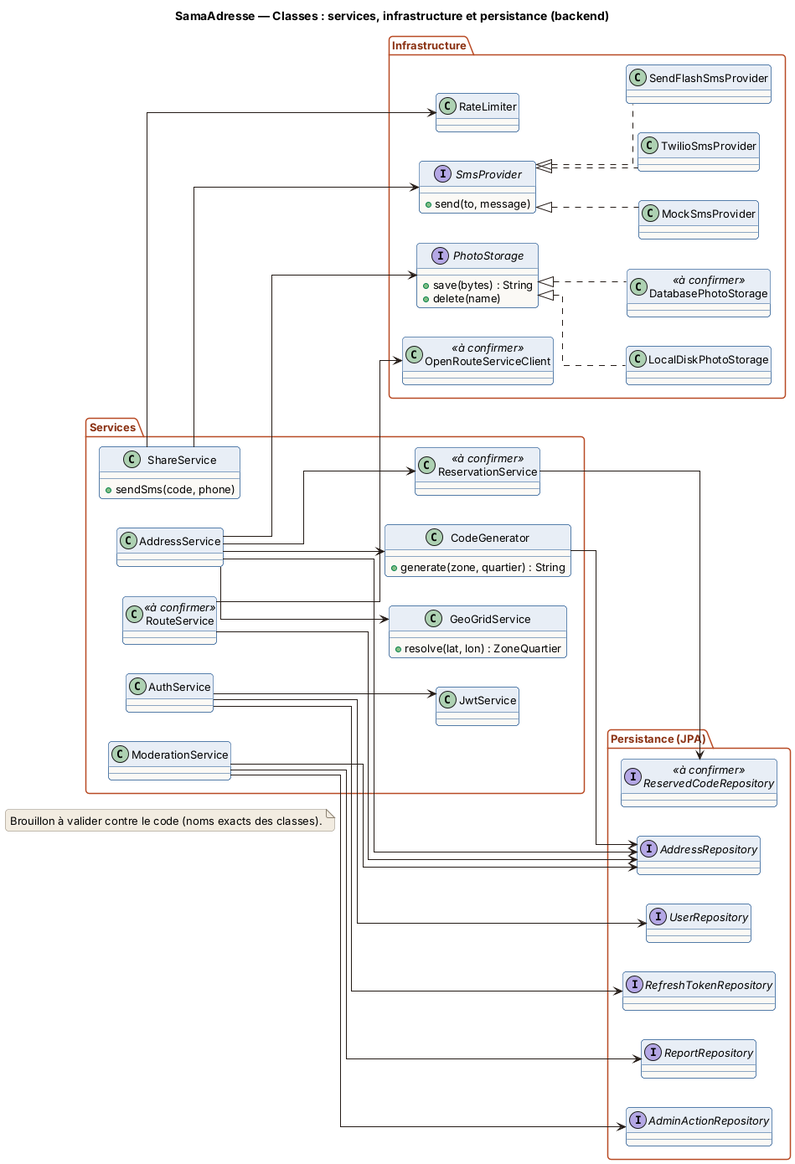
Earlier version of the PlantUML export uml-samaadresse/docs/uml/rendus/03b-classes-services-infrastructure.png (Mahou-Dev/SamaAdresse). Source of this version:
```plantuml
@startuml 03b-classes-services-infrastructure
!include _style.puml
title SamaAdresse — Classes : services, infrastructure et persistance (backend)
left to right direction
skinparam linetype ortho
note as N0
  Brouillon à valider contre le code (noms exacts des classes).
end note

package "Services" {
  class AuthService
  class JwtService
  class AddressService
  class GeoGridService {
    +resolve(lat, lon) : ZoneQuartier
  }
  class CodeGenerator {
    +generate(zone, quartier) : String
  }
  class ShareService {
    +sendSms(code, phone)
  }
  class RouteService <<à confirmer>>
  class ReservationService <<à confirmer>>
  class ModerationService
}
package "Infrastructure" {
  interface SmsProvider {
    +send(to, message)
  }
  class MockSmsProvider
  class TwilioSmsProvider
  class SendFlashSmsProvider
  interface PhotoStorage {
    +save(bytes) : String
    +delete(name)
  }
  class LocalDiskPhotoStorage
  class DatabasePhotoStorage <<à confirmer>>
  class RateLimiter
  class OpenRouteServiceClient <<à confirmer>>
}
package "Persistance (JPA)" {
  interface UserRepository
  interface AddressRepository
  interface RefreshTokenRepository
  interface ReportRepository
  interface AdminActionRepository
  interface ReservedCodeRepository <<à confirmer>>
}

AuthService --> JwtService
AuthService --> UserRepository
AuthService --> RefreshTokenRepository
AddressService --> GeoGridService
AddressService --> CodeGenerator
AddressService --> PhotoStorage
AddressService --> AddressRepository
AddressService --> ReservationService
CodeGenerator --> AddressRepository
ShareService --> SmsProvider
ShareService --> RateLimiter
RouteService --> OpenRouteServiceClient
RouteService --> AddressRepository
ReservationService --> ReservedCodeRepository
ModerationService --> ReportRepository
ModerationService --> AdminActionRepository
ModerationService --> AddressRepository

SmsProvider <|.. MockSmsProvider
SmsProvider <|.. TwilioSmsProvider
SmsProvider <|.. SendFlashSmsProvider
PhotoStorage <|.. LocalDiskPhotoStorage
PhotoStorage <|.. DatabasePhotoStorage
@enduml
```
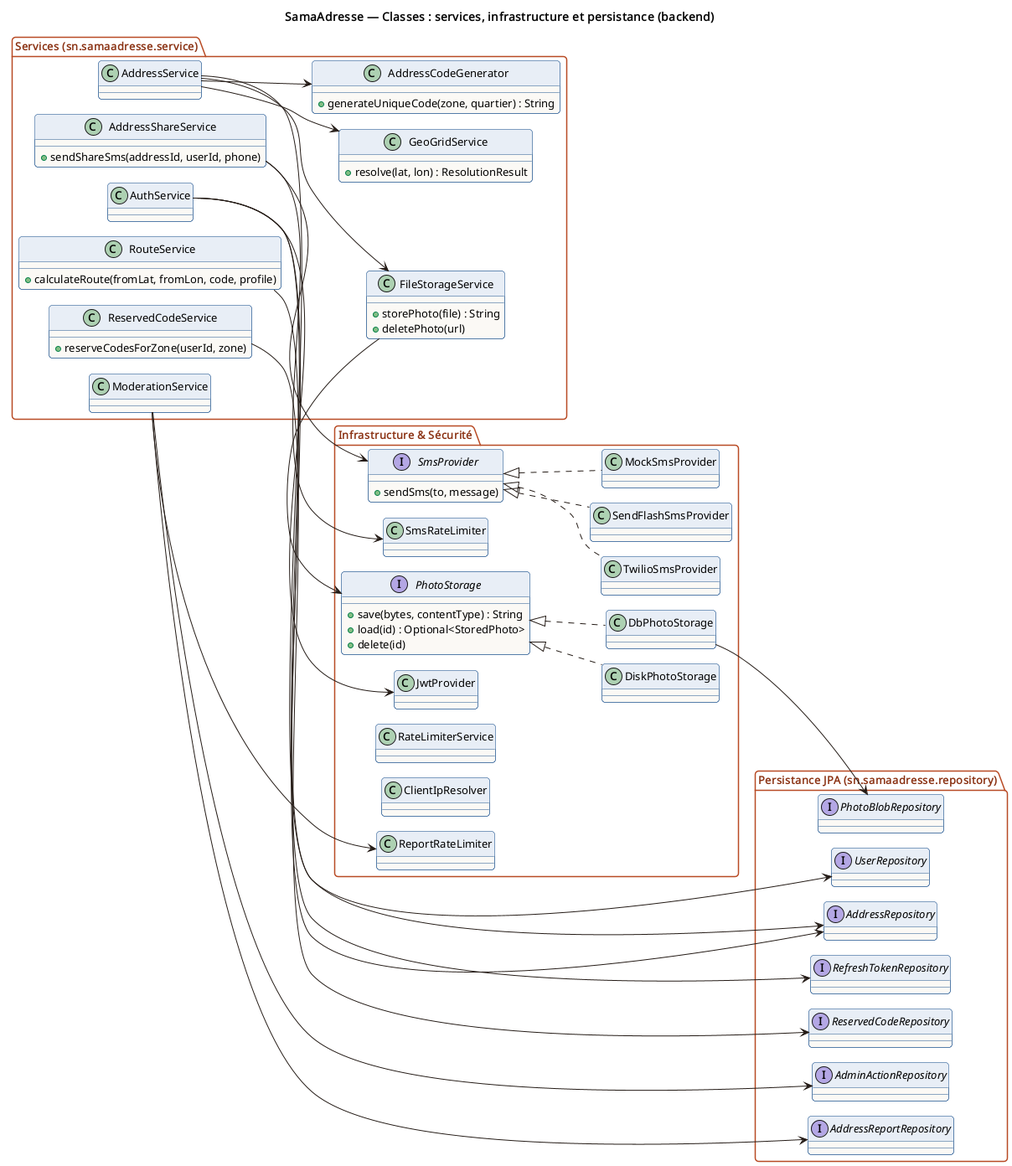
The same file after the commit.

The edit, as a diff of the source:
```diff
@@ -1,75 +1,92 @@
 @startuml 03b-classes-services-infrastructure
+!pragma layout smetana
 !include _style.puml
 title SamaAdresse — Classes : services, infrastructure et persistance (backend)
 left to right direction
-skinparam linetype ortho
-note as N0
-  Brouillon à valider contre le code (noms exacts des classes).
-end note
+set namespaceSeparator none
+skinparam nodesep 20
+skinparam ranksep 65
 
-package "Services" {
+package "Services (sn.samaadresse.service)" {
+  class AddressShareService {
+    +sendShareSms(addressId, userId, phone)
+  }
+  class FileStorageService {
+    +storePhoto(file) : String
+    +deletePhoto(url)
+  }
   class AuthService
-  class JwtService
   class AddressService
   class GeoGridService {
-    +resolve(lat, lon) : ZoneQuartier
+    +resolve(lat, lon) : ResolutionResult
   }
-  class CodeGenerator {
-    +generate(zone, quartier) : String
+  class AddressCodeGenerator {
+    +generateUniqueCode(zone, quartier) : String
   }
-  class ShareService {
-    +sendSms(code, phone)
+  class ReservedCodeService {
+    +reserveCodesForZone(userId, zone)
   }
-  class RouteService <<à confirmer>>
-  class ReservationService <<à confirmer>>
+  class RouteService {
+    +calculateRoute(fromLat, fromLon, code, profile)
+  }
   class ModerationService
 }
-package "Infrastructure" {
+
+package "Infrastructure & Sécurité" {
   interface SmsProvider {
-    +send(to, message)
+    +sendSms(to, message)
   }
   class MockSmsProvider
   class TwilioSmsProvider
   class SendFlashSmsProvider
+  class SmsRateLimiter
   interface PhotoStorage {
-    +save(bytes) : String
-    +delete(name)
+    +save(bytes, contentType) : String
+    +load(id) : Optional<StoredPhoto>
+    +delete(id)
   }
-  class LocalDiskPhotoStorage
-  class DatabasePhotoStorage <<à confirmer>>
-  class RateLimiter
-  class OpenRouteServiceClient <<à confirmer>>
-}
-package "Persistance (JPA)" {
-  interface UserRepository
-  interface AddressRepository
-  interface RefreshTokenRepository
-  interface ReportRepository
-  interface AdminActionRepository
-  interface ReservedCodeRepository <<à confirmer>>
+  class DiskPhotoStorage
+  class DbPhotoStorage
+  class JwtProvider
+  class RateLimiterService
+  class ClientIpResolver
+  class ReportRateLimiter
 }
 
-AuthService --> JwtService
-AuthService --> UserRepository
-AuthService --> RefreshTokenRepository
-AddressService --> GeoGridService
-AddressService --> CodeGenerator
-AddressService --> PhotoStorage
-AddressService --> AddressRepository
-AddressService --> ReservationService
-CodeGenerator --> AddressRepository
-ShareService --> SmsProvider
-ShareService --> RateLimiter
-RouteService --> OpenRouteServiceClient
-RouteService --> AddressRepository
-ReservationService --> ReservedCodeRepository
-ModerationService --> ReportRepository
-ModerationService --> AdminActionRepository
-ModerationService --> AddressRepository
+package "Persistance JPA (sn.samaadresse.repository)" {
+  interface PhotoBlobRepository
+  interface UserRepository
+  interface RefreshTokenRepository
+  interface AddressRepository
+  interface ReservedCodeRepository
+  interface AddressReportRepository
+  interface AdminActionRepository
+}
 
+AddressShareService --> SmsProvider
+AddressShareService --> SmsRateLimiter
 SmsProvider <|.. MockSmsProvider
 SmsProvider <|.. TwilioSmsProvider
 SmsProvider <|.. SendFlashSmsProvider
-PhotoStorage <|.. LocalDiskPhotoStorage
-PhotoStorage <|.. DatabasePhotoStorage
+
+FileStorageService --> PhotoStorage
+PhotoStorage <|.. DiskPhotoStorage
+PhotoStorage <|.. DbPhotoStorage
+DbPhotoStorage --> PhotoBlobRepository
+
+AuthService --> JwtProvider
+AuthService --> UserRepository
+AuthService --> RefreshTokenRepository
+
+AddressService --> GeoGridService
+AddressService --> AddressCodeGenerator
+AddressService --> FileStorageService
+AddressService --> AddressRepository
+
+ReservedCodeService --> ReservedCodeRepository
+RouteService --> AddressRepository
+
+ModerationService --> ReportRateLimiter
+ModerationService --> AddressReportRepository
+ModerationService --> AdminActionRepository
 @enduml
```
